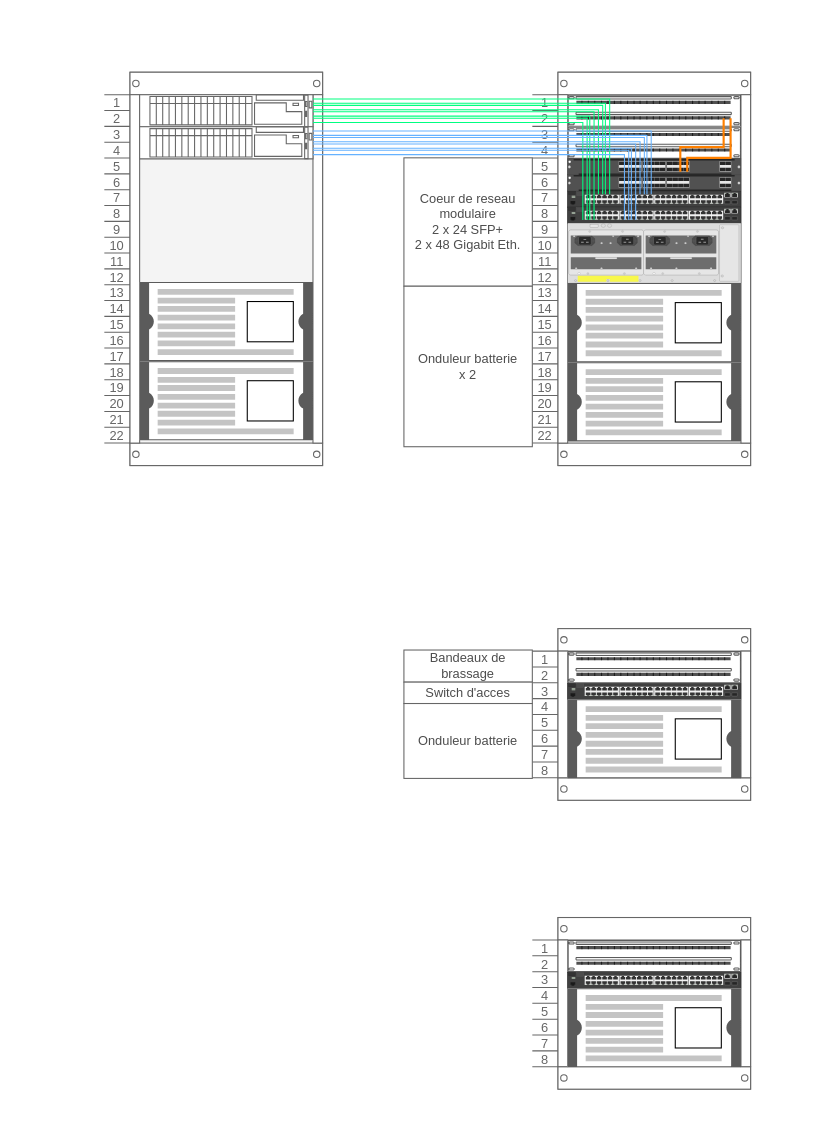
Earlier version of the draw.io diagram page "Topologie" (1 of 2) of 1-1-Materiel-physique/1.1-TP.drawio (No-Name-Academy/Networking-for-noobs). Source tidied: cells renumbered, new cells numbered last; positions are measured from the earlier drawing's top-left corner, leaving out a move shared by most shapes. Both pictures are drawn from the tidied source at 107%, with x=0, y=0 at pixel (104, 72).
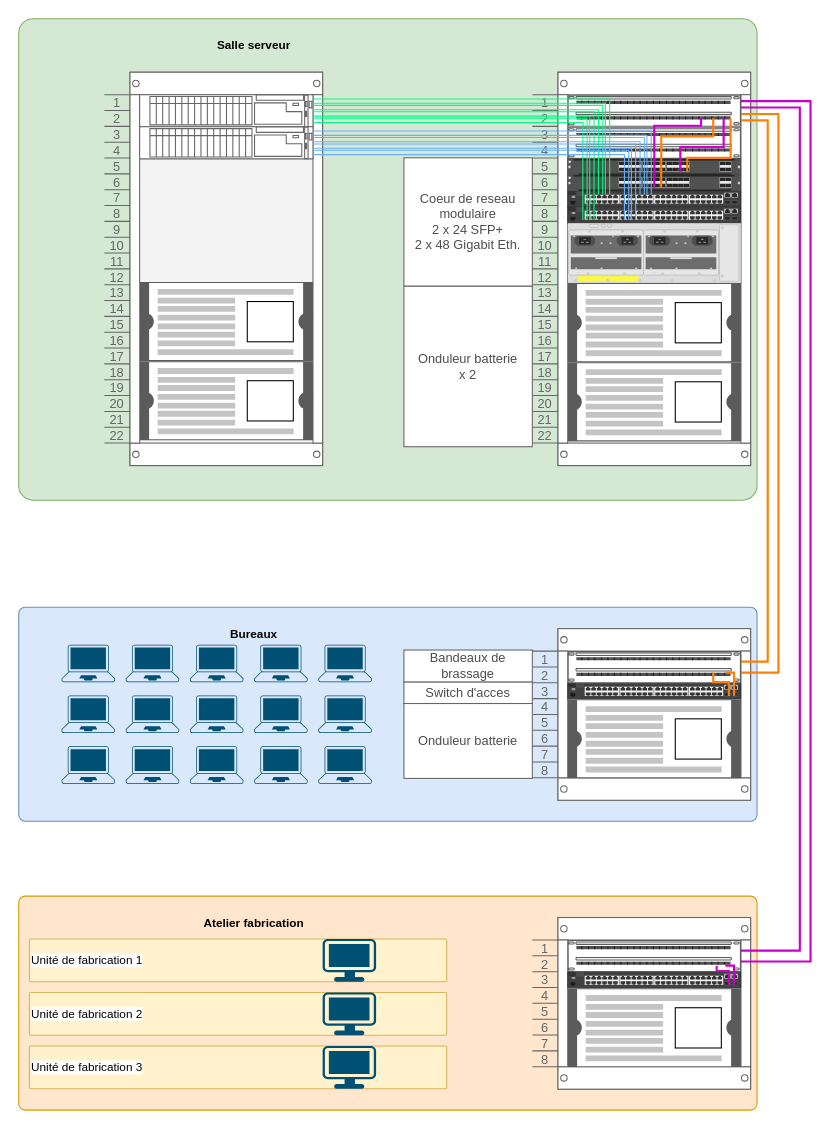
Above is the later version.

Commit message:
Mettre à jour 1.1-TP.drawio

The change refers to these unchanged cells:
```xml
<mxCell id="2" style="strokeColor=#666666;html=1;verticalLabelPosition=bottom;labelBackgroundColor=#ffffff;verticalAlign=top;shadow=0;dashed=0;shape=mxgraph.rackGeneral.rackCabinet3;fillColor2=#f4f4f4;allowGaps=1;textColor=#666666;numDisp=ascend;" parent="1" vertex="1">
  <mxGeometry x="400" y="520" width="204" height="160" as="geometry" />
</mxCell>
<mxCell id="4" style="html=1;verticalLabelPosition=bottom;verticalAlign=top;outlineConnect=0;shadow=0;dashed=0;shape=mxgraph.rack.hpe_aruba.switches.j9781a_2530_48_front;points=[[0.12,0.6,0,0,0],[0.23,0.6,0,0,0],[0.34,0.6,0,0,0],[0.45,0.6,0,0,0],[0.56,0.6,0,0,0],[0.67,0.6,0,0,0],[0.78,0.6,0,0,0],[0.86,0.6,0,0,0],[0.93,0.8,0,0,0],[0.96,0.8,0,0,0]];" parent="2" vertex="1">
  <mxGeometry x="33" y="51" width="162" height="15" as="geometry" />
</mxCell>
<mxCell id="6" style="strokeColor=#666666;html=1;verticalLabelPosition=bottom;labelBackgroundColor=#ffffff;verticalAlign=top;shadow=0;dashed=0;shape=mxgraph.rackGeneral.rackCabinet3;fillColor2=#f4f4f4;allowGaps=1;textColor=#666666;numDisp=ascend;" parent="1" vertex="1">
  <mxGeometry x="400" y="790" width="204" height="160" as="geometry" />
</mxCell>
<mxCell id="8" style="html=1;verticalLabelPosition=bottom;verticalAlign=top;outlineConnect=0;shadow=0;dashed=0;shape=mxgraph.rack.hpe_aruba.switches.j9781a_2530_48_front;points=[[0.12,0.6,0,0,0],[0.23,0.6,0,0,0],[0.34,0.6,0,0,0],[0.45,0.6,0,0,0],[0.56,0.6,0,0,0],[0.67,0.6,0,0,0],[0.78,0.6,0,0,0],[0.86,0.6,0,0,0],[0.93,0.8,0,0,0],[0.96,0.8,0,0,0]];" parent="6" vertex="1">
  <mxGeometry x="33" y="51" width="162" height="15" as="geometry" />
</mxCell>
<mxCell id="10" style="strokeColor=#666666;html=1;verticalLabelPosition=bottom;labelBackgroundColor=#ffffff;verticalAlign=top;shadow=0;dashed=0;shape=mxgraph.rackGeneral.rackCabinet3;fillColor2=#f4f4f4;allowGaps=1;textColor=#666666;numDisp=ascend;" parent="1" vertex="1">
  <mxGeometry x="400" width="204" height="370" as="geometry" />
</mxCell>
<mxCell id="13" style="html=1;verticalLabelPosition=bottom;verticalAlign=top;outlineConnect=0;shadow=0;dashed=0;shape=mxgraph.rack.hpe_aruba.switches.r0x43a_aruba_6400_24p_sfp_4sfp56_module;points=[[0.36,0.8,0,0,0],[0.4,0.8,0,0,0],[0.5,0.8,0,0,0],[0.54,0.8,0,0,0],[0.65,0.8,0,0,0],[0.69,0.8,0,0,0]];" parent="10" vertex="1">
  <mxGeometry x="33" y="81" width="162" height="15" as="geometry" />
</mxCell>
<mxCell id="22" style="html=1;verticalLabelPosition=bottom;verticalAlign=top;outlineConnect=0;shadow=0;dashed=0;shape=mxgraph.rack.hpe_aruba.switches.r0x43a_aruba_6400_24p_sfp_4sfp56_module;points=[[0.36,0.8,0,0,0],[0.4,0.8,0,0,0],[0.5,0.8,0,0,0],[0.54,0.8,0,0,0],[0.65,0.8,0,0,0],[0.69,0.8,0,0,0]];" parent="10" vertex="1">
  <mxGeometry x="33" y="96" width="162" height="15" as="geometry" />
</mxCell>
```

What changed in the source:
```diff
@@
+    <mxCell id="43" style="rounded=1;whiteSpace=wrap;html=1;fontFamily=Helvetica;fontSize=11;labelBackgroundColor=default;fillColor=#ffe6cc;arcSize=3;strokeColor=#d79b00;" parent="1" vertex="1">
+      <mxGeometry x="-80" y="770" width="690" height="200" as="geometry" />
+    </mxCell>
+    <mxCell id="44" value="Unité de fabrication 3" style="rounded=1;whiteSpace=wrap;html=1;fontFamily=Helvetica;fontSize=11;labelBackgroundColor=default;fillColor=#fff2cc;arcSize=3;strokeColor=#d6b656;align=left;" parent="1" vertex="1">
+      <mxGeometry x="-70" y="910" width="390" height="40" as="geometry" />
+    </mxCell>
+    <mxCell id="45" value="Unité de fabrication 2" style="rounded=1;whiteSpace=wrap;html=1;fontFamily=Helvetica;fontSize=11;labelBackgroundColor=default;fillColor=#fff2cc;arcSize=3;strokeColor=#d6b656;align=left;" parent="1" vertex="1">
+      <mxGeometry x="-70" y="860" width="390" height="40" as="geometry" />
+    </mxCell>
+    <mxCell id="46" value="Unité de fabrication 1" style="rounded=1;whiteSpace=wrap;html=1;fontFamily=Helvetica;fontSize=11;labelBackgroundColor=default;fillColor=#fff2cc;arcSize=3;strokeColor=#d6b656;align=left;" parent="1" vertex="1">
+      <mxGeometry x="-70" y="810" width="390" height="40" as="geometry" />
+    </mxCell>
+    <mxCell id="47" style="rounded=1;whiteSpace=wrap;html=1;fontFamily=Helvetica;fontSize=11;labelBackgroundColor=default;fillColor=#dae8fc;arcSize=3;strokeColor=#6c8ebf;" parent="1" vertex="1">
+      <mxGeometry x="-80" y="500" width="690" height="200" as="geometry" />
+    </mxCell>
+    <mxCell id="48" style="rounded=1;whiteSpace=wrap;html=1;fontFamily=Helvetica;fontSize=11;labelBackgroundColor=default;fillColor=#d5e8d4;arcSize=3;strokeColor=#82b366;" parent="1" vertex="1">
+      <mxGeometry x="-80" y="-50" width="690" height="450" as="geometry" />
+    </mxCell>
@@
-    <mxCell id="3" style="strokeColor=#666666;html=1;labelPosition=right;align=left;spacingLeft=15;shadow=0;dashed=0;outlineConnect=0;shape=mxgraph.rack.general.cat5e_enhanced_patch_panel_48_ports;" parent="2" vertex="1">
+    <mxCell id="3" style="strokeColor=#666666;html=1;labelPosition=right;align=left;spacingLeft=15;shadow=0;dashed=0;outlineConnect=0;shape=mxgraph.rack.general.cat5e_enhanced_patch_panel_48_ports;points=[[0.84,0.67,0,0,0],[0.91,0.67,0,0,0],[1,0.33,0,0,0],[1,0.67,0,0,0]];" parent="2" vertex="1">
       <mxGeometry x="33" y="21" width="162" height="30" as="geometry" />
     </mxCell>
@@
+    <mxCell id="49" style="edgeStyle=orthogonalEdgeStyle;shape=connector;rounded=0;jettySize=auto;html=1;exitX=0.91;exitY=0.67;exitDx=0;exitDy=0;exitPerimeter=0;entryX=0.96;entryY=0.8;entryDx=0;entryDy=0;entryPerimeter=0;strokeColor=#FF8000;strokeWidth=2;align=center;verticalAlign=middle;fontFamily=Helvetica;fontSize=11;fontColor=default;labelBackgroundColor=default;endArrow=none;endFill=0;" parent="2" edge="1" source="3" target="4">
+      <mxGeometry relative="1" as="geometry" />
+    </mxCell>
+    <mxCell id="50" style="edgeStyle=orthogonalEdgeStyle;shape=connector;rounded=0;jettySize=auto;html=1;exitX=0.84;exitY=0.67;exitDx=0;exitDy=0;exitPerimeter=0;entryX=0.93;entryY=0.8;entryDx=0;entryDy=0;entryPerimeter=0;strokeColor=#FF8000;strokeWidth=2;align=center;verticalAlign=middle;fontFamily=Helvetica;fontSize=11;fontColor=default;labelBackgroundColor=default;endArrow=none;endFill=0;" parent="2" edge="1" source="3" target="4">
+      <mxGeometry relative="1" as="geometry">
+        <Array as="points">
+          <mxPoint x="169" y="50" />
+          <mxPoint x="184" y="50" />
+        </Array>
+      </mxGeometry>
+    </mxCell>
@@
-    <mxCell id="7" style="strokeColor=#666666;html=1;labelPosition=right;align=left;spacingLeft=15;shadow=0;dashed=0;outlineConnect=0;shape=mxgraph.rack.general.cat5e_enhanced_patch_panel_48_ports;" parent="6" vertex="1">
+    <mxCell id="7" style="strokeColor=#666666;html=1;labelPosition=right;align=left;spacingLeft=15;shadow=0;dashed=0;outlineConnect=0;shape=mxgraph.rack.general.cat5e_enhanced_patch_panel_48_ports;points=[[0.86,0.8,0,0,0],[0.91,0.8,0,0,0],[1,0.33,0,0,0],[1,0.67,0,0,0]];" parent="6" vertex="1">
       <mxGeometry x="33" y="21" width="162" height="30" as="geometry" />
     </mxCell>
@@
+    <mxCell id="51" style="edgeStyle=orthogonalEdgeStyle;shape=connector;rounded=0;jettySize=auto;html=1;exitX=0.91;exitY=0.8;exitDx=0;exitDy=0;exitPerimeter=0;entryX=0.96;entryY=0.8;entryDx=0;entryDy=0;entryPerimeter=0;strokeColor=#CC00CC;strokeWidth=2;align=center;verticalAlign=middle;fontFamily=Helvetica;fontSize=11;fontColor=default;labelBackgroundColor=default;endArrow=none;endFill=0;" parent="6" edge="1" source="7" target="8">
+      <mxGeometry relative="1" as="geometry" />
+    </mxCell>
+    <mxCell id="52" style="edgeStyle=orthogonalEdgeStyle;shape=connector;rounded=0;jettySize=auto;html=1;exitX=0.86;exitY=0.8;exitDx=0;exitDy=0;exitPerimeter=0;entryX=0.93;entryY=0.8;entryDx=0;entryDy=0;entryPerimeter=0;strokeColor=#CC00CC;strokeWidth=2;align=center;verticalAlign=middle;fontFamily=Helvetica;fontSize=11;fontColor=default;labelBackgroundColor=default;endArrow=none;endFill=0;" parent="6" edge="1" source="7" target="8">
+      <mxGeometry relative="1" as="geometry">
+        <Array as="points">
+          <mxPoint x="172" y="50" />
+          <mxPoint x="184" y="50" />
+        </Array>
+      </mxGeometry>
+    </mxCell>
@@
-    <mxCell id="11" style="strokeColor=#666666;html=1;labelPosition=right;align=left;spacingLeft=15;shadow=0;dashed=0;outlineConnect=0;shape=mxgraph.rack.general.cat5e_enhanced_patch_panel_48_ports;points=[[0.06,0.73,0,0,0],[0.1,0.73,0,0,0],[0.13,0.73,0,0,0],[0.16,0.73,0,0,0],[0.19,0.73,0,0,0],[0.23,0.73,0,0,0],[0.26,0.73,0,0,0],[0.29,0.73,0,0,0],[0.32,0.73,0,0,0],[0.35,0.73,0,0,0],[0.39,0.73,0,0,0],[0.42,0.73,0,0,0],[0.45,0.73,0,0,0],[0.48,0.73,0,0,0],[0.52,0.73,0,0,0],[0.55,0.73,0,0,0],[0.58,0.73,0,0,0],[0.61,0.73,0,0,0],[0.65,0.73,0,0,0],[0.68,0.73,0,0,0],[0.71,0.73,0,0,0],[0.74,0.73,0,0,0],[0.77,0.73,0,0,0],[0.81,0.73,0,0,0],[0.84,0.73,0,0,0],[0.87,0.73,0,0,0],[0.9,0.73,0,0,0],[0.94,0.73,0,0,0]];" parent="10" vertex="1">
+    <mxCell id="11" style="strokeColor=#666666;html=1;labelPosition=right;align=left;spacingLeft=15;shadow=0;dashed=0;outlineConnect=0;shape=mxgraph.rack.general.cat5e_enhanced_patch_panel_48_ports;points=[[0.06,0.73,0,0,0],[0.1,0.73,0,0,0],[0.13,0.73,0,0,0],[0.16,0.73,0,0,0],[0.19,0.73,0,0,0],[0.23,0.73,0,0,0],[0.26,0.73,0,0,0],[0.29,0.73,0,0,0],[0.32,0.73,0,0,0],[0.35,0.73,0,0,0],[0.39,0.73,0,0,0],[0.42,0.73,0,0,0],[0.45,0.73,0,0,0],[0.48,0.73,0,0,0],[0.52,0.73,0,0,0],[0.55,0.73,0,0,0],[0.58,0.73,0,0,0],[0.61,0.73,0,0,0],[0.65,0.73,0,0,0],[0.68,0.73,0,0,0],[0.71,0.73,0,0,0],[0.74,0.73,0,0,0],[0.77,0.73,0,0,0],[0.81,0.73,0,0,0],[0.84,0.73,0,0,0],[0.87,0.73,0,0,0],[0.9,0.73,0,0,0],[0.94,0.73,0,0,0],[1,0.2,0,0,0],[1,0.4,0,0,0],[1,0.6,0,0,0],[1,0.8,0,0,0]];" parent="10" vertex="1">
       <mxGeometry x="33" y="21" width="162" height="30" as="geometry" />
     </mxCell>
@@
-    <mxCell id="24" style="edgeStyle=orthogonalEdgeStyle;shape=connector;rounded=0;jettySize=auto;html=1;exitX=0.65;exitY=0.8;exitDx=0;exitDy=0;exitPerimeter=0;entryX=0.9;entryY=0.73;entryDx=0;entryDy=0;entryPerimeter=0;strokeColor=#FF8000;strokeWidth=2;align=center;verticalAlign=middle;fontFamily=Helvetica;fontSize=11;fontColor=default;labelBackgroundColor=default;endArrow=none;endFill=0;" parent="10" edge="1" source="13" target="11">
+    <mxCell id="24" style="edgeStyle=orthogonalEdgeStyle;shape=connector;rounded=0;jettySize=auto;html=1;exitX=0.65;exitY=0.8;exitDx=0;exitDy=0;exitPerimeter=0;entryX=0.9;entryY=0.73;entryDx=0;entryDy=0;entryPerimeter=0;strokeColor=#CC00CC;strokeWidth=2;align=center;verticalAlign=middle;fontFamily=Helvetica;fontSize=11;fontColor=default;labelBackgroundColor=default;endArrow=none;endFill=0;" parent="10" edge="1" source="13" target="11">
       <mxGeometry relative="1" as="geometry">
         <Array as="points">
           <mxPoint x="138" y="70" />
           <mxPoint x="179" y="70" />
         </Array>
       </mxGeometry>
     </mxCell>
+    <mxCell id="53" style="edgeStyle=orthogonalEdgeStyle;shape=connector;rounded=0;jettySize=auto;html=1;exitX=0.54;exitY=0.8;exitDx=0;exitDy=0;exitPerimeter=0;entryX=0.84;entryY=0.73;entryDx=0;entryDy=0;entryPerimeter=0;strokeColor=#FF8000;strokeWidth=2;align=center;verticalAlign=middle;fontFamily=Helvetica;fontSize=11;fontColor=default;labelBackgroundColor=default;endArrow=none;endFill=0;" parent="10" edge="1" source="22" target="11">
+      <mxGeometry relative="1" as="geometry">
+        <Array as="points">
+          <mxPoint x="121" y="60" />
+          <mxPoint x="169" y="60" />
+        </Array>
+      </mxGeometry>
+    </mxCell>
+    <mxCell id="54" style="edgeStyle=orthogonalEdgeStyle;shape=connector;rounded=0;jettySize=auto;html=1;exitX=0.5;exitY=0.8;exitDx=0;exitDy=0;exitPerimeter=0;entryX=0.77;entryY=0.73;entryDx=0;entryDy=0;entryPerimeter=0;strokeColor=#CC00CC;strokeWidth=2;align=center;verticalAlign=middle;fontFamily=Helvetica;fontSize=11;fontColor=default;labelBackgroundColor=default;endArrow=none;endFill=0;" parent="10" edge="1" source="22" target="11">
+      <mxGeometry relative="1" as="geometry">
+        <Array as="points">
+          <mxPoint x="114" y="50" />
+          <mxPoint x="158" y="50" />
+        </Array>
+      </mxGeometry>
+    </mxCell>
@@
+    <mxCell id="55" style="edgeStyle=orthogonalEdgeStyle;shape=connector;rounded=0;jettySize=auto;html=1;exitX=1;exitY=0.33;exitDx=0;exitDy=0;exitPerimeter=0;entryX=1;entryY=0.8;entryDx=0;entryDy=0;entryPerimeter=0;strokeColor=#FF8000;strokeWidth=2;align=center;verticalAlign=middle;fontFamily=Helvetica;fontSize=11;fontColor=default;labelBackgroundColor=default;endArrow=none;endFill=0;" parent="1" edge="1" source="3" target="11">
+      <mxGeometry relative="1" as="geometry">
+        <Array as="points">
+          <mxPoint x="620" y="551" />
+          <mxPoint x="620" y="45" />
+        </Array>
+      </mxGeometry>
+    </mxCell>
+    <mxCell id="56" style="edgeStyle=orthogonalEdgeStyle;shape=connector;rounded=0;jettySize=auto;html=1;exitX=1;exitY=0.67;exitDx=0;exitDy=0;exitPerimeter=0;entryX=1;entryY=0.6;entryDx=0;entryDy=0;entryPerimeter=0;strokeColor=#FF8000;strokeWidth=2;align=center;verticalAlign=middle;fontFamily=Helvetica;fontSize=11;fontColor=default;labelBackgroundColor=default;endArrow=none;endFill=0;" parent="1" edge="1" source="3" target="11">
+      <mxGeometry relative="1" as="geometry">
+        <Array as="points">
+          <mxPoint x="630" y="561" />
+          <mxPoint x="630" y="39" />
+        </Array>
+      </mxGeometry>
+    </mxCell>
+    <mxCell id="57" style="edgeStyle=orthogonalEdgeStyle;shape=connector;rounded=0;jettySize=auto;html=1;exitX=1;exitY=0.33;exitDx=0;exitDy=0;exitPerimeter=0;entryX=1;entryY=0.4;entryDx=0;entryDy=0;entryPerimeter=0;strokeColor=#CC00CC;strokeWidth=2;align=center;verticalAlign=middle;fontFamily=Helvetica;fontSize=11;fontColor=default;labelBackgroundColor=default;endArrow=none;endFill=0;" parent="1" edge="1" source="7" target="11">
+      <mxGeometry relative="1" as="geometry">
+        <Array as="points">
+          <mxPoint x="650" y="821" />
+          <mxPoint x="650" y="33" />
+        </Array>
+      </mxGeometry>
+    </mxCell>
+    <mxCell id="58" style="edgeStyle=orthogonalEdgeStyle;shape=connector;rounded=0;jettySize=auto;html=1;exitX=1;exitY=0.2;exitDx=0;exitDy=0;exitPerimeter=0;entryX=1;entryY=0.67;entryDx=0;entryDy=0;entryPerimeter=0;strokeColor=#CC00CC;strokeWidth=2;align=center;verticalAlign=middle;fontFamily=Helvetica;fontSize=11;fontColor=default;labelBackgroundColor=default;endArrow=none;endFill=0;" parent="1" edge="1" source="11" target="7">
+      <mxGeometry relative="1" as="geometry">
+        <Array as="points">
+          <mxPoint x="660" y="27" />
+          <mxPoint x="660" y="831" />
+        </Array>
+      </mxGeometry>
+    </mxCell>
+    <mxCell id="59" value="Salle serveur" style="text;html=1;align=center;verticalAlign=middle;whiteSpace=wrap;rounded=0;fontFamily=Helvetica;fontSize=11;fontColor=default;labelBackgroundColor=none;fontStyle=1;" parent="1" vertex="1">
+      <mxGeometry x="-50" y="-40" width="380" height="30" as="geometry" />
+    </mxCell>
+    <mxCell id="60" value="Bureaux" style="text;html=1;align=center;verticalAlign=middle;whiteSpace=wrap;rounded=0;fontFamily=Helvetica;fontSize=11;fontColor=default;labelBackgroundColor=none;fontStyle=1;" parent="1" vertex="1">
+      <mxGeometry x="-50" y="510" width="380" height="30" as="geometry" />
+    </mxCell>
+    <mxCell id="61" value="Atelier fabrication" style="text;html=1;align=center;verticalAlign=middle;whiteSpace=wrap;rounded=0;fontFamily=Helvetica;fontSize=11;fontColor=default;labelBackgroundColor=none;fontStyle=1;" parent="1" vertex="1">
+      <mxGeometry x="-50" y="780" width="380" height="30" as="geometry" />
+    </mxCell>
+    <mxCell id="62" style="verticalLabelPosition=bottom;sketch=0;html=1;verticalAlign=top;align=center;shape=mxgraph.cisco19.laptop;fillColor=#005073;strokeColor=none;" parent="1" vertex="1">
+      <mxGeometry x="-40" y="535" width="50" height="35" as="geometry" />
+    </mxCell>
+    <mxCell id="63" style="verticalLabelPosition=bottom;sketch=0;html=1;verticalAlign=top;align=center;shape=mxgraph.cisco19.laptop;fillColor=#005073;strokeColor=none;" parent="1" vertex="1">
+      <mxGeometry x="20" y="535" width="50" height="35" as="geometry" />
+    </mxCell>
+    <mxCell id="64" style="verticalLabelPosition=bottom;sketch=0;html=1;verticalAlign=top;align=center;shape=mxgraph.cisco19.laptop;fillColor=#005073;strokeColor=none;" parent="1" vertex="1">
+      <mxGeometry x="20" y="582.5" width="50" height="35" as="geometry" />
+    </mxCell>
+    <mxCell id="65" style="verticalLabelPosition=bottom;sketch=0;html=1;verticalAlign=top;align=center;shape=mxgraph.cisco19.laptop;fillColor=#005073;strokeColor=none;" parent="1" vertex="1">
+      <mxGeometry x="-40" y="582.5" width="50" height="35" as="geometry" />
+    </mxCell>
+    <mxCell id="66" style="verticalLabelPosition=bottom;sketch=0;html=1;verticalAlign=top;align=center;shape=mxgraph.cisco19.laptop;fillColor=#005073;strokeColor=none;" parent="1" vertex="1">
+      <mxGeometry x="20" y="630" width="50" height="35" as="geometry" />
+    </mxCell>
+    <mxCell id="67" style="verticalLabelPosition=bottom;sketch=0;html=1;verticalAlign=top;align=center;shape=mxgraph.cisco19.laptop;fillColor=#005073;strokeColor=none;" parent="1" vertex="1">
+      <mxGeometry x="-40" y="630" width="50" height="35" as="geometry" />
+    </mxCell>
+    <mxCell id="68" style="verticalLabelPosition=bottom;sketch=0;html=1;verticalAlign=top;align=center;shape=mxgraph.cisco19.laptop;fillColor=#005073;strokeColor=none;" parent="1" vertex="1">
+      <mxGeometry x="140" y="535" width="50" height="35" as="geometry" />
+    </mxCell>
+    <mxCell id="69" style="verticalLabelPosition=bottom;sketch=0;html=1;verticalAlign=top;align=center;shape=mxgraph.cisco19.laptop;fillColor=#005073;strokeColor=none;" parent="1" vertex="1">
+      <mxGeometry x="80" y="535" width="50" height="35" as="geometry" />
+    </mxCell>
+    <mxCell id="70" style="verticalLabelPosition=bottom;sketch=0;html=1;verticalAlign=top;align=center;shape=mxgraph.cisco19.laptop;fillColor=#005073;strokeColor=none;" parent="1" vertex="1">
+      <mxGeometry x="140" y="582.5" width="50" height="35" as="geometry" />
+    </mxCell>
+    <mxCell id="71" style="verticalLabelPosition=bottom;sketch=0;html=1;verticalAlign=top;align=center;shape=mxgraph.cisco19.laptop;fillColor=#005073;strokeColor=none;" parent="1" vertex="1">
+      <mxGeometry x="80" y="582.5" width="50" height="35" as="geometry" />
+    </mxCell>
+    <mxCell id="72" style="verticalLabelPosition=bottom;sketch=0;html=1;verticalAlign=top;align=center;shape=mxgraph.cisco19.laptop;fillColor=#005073;strokeColor=none;" parent="1" vertex="1">
+      <mxGeometry x="80" y="630" width="50" height="35" as="geometry" />
+    </mxCell>
+    <mxCell id="73" style="verticalLabelPosition=bottom;sketch=0;html=1;verticalAlign=top;align=center;shape=mxgraph.cisco19.laptop;fillColor=#005073;strokeColor=none;" parent="1" vertex="1">
+      <mxGeometry x="140" y="630" width="50" height="35" as="geometry" />
+    </mxCell>
+    <mxCell id="74" style="verticalLabelPosition=bottom;sketch=0;html=1;verticalAlign=top;align=center;shape=mxgraph.cisco19.laptop;fillColor=#005073;strokeColor=none;" parent="1" vertex="1">
+      <mxGeometry x="200" y="535" width="50" height="35" as="geometry" />
+    </mxCell>
+    <mxCell id="75" style="verticalLabelPosition=bottom;sketch=0;html=1;verticalAlign=top;align=center;shape=mxgraph.cisco19.laptop;fillColor=#005073;strokeColor=none;" parent="1" vertex="1">
+      <mxGeometry x="200" y="582.5" width="50" height="35" as="geometry" />
+    </mxCell>
+    <mxCell id="76" style="verticalLabelPosition=bottom;sketch=0;html=1;verticalAlign=top;align=center;shape=mxgraph.cisco19.laptop;fillColor=#005073;strokeColor=none;" parent="1" vertex="1">
+      <mxGeometry x="200" y="630" width="50" height="35" as="geometry" />
+    </mxCell>
+    <mxCell id="77" style="verticalLabelPosition=bottom;sketch=0;html=1;verticalAlign=top;align=center;shape=mxgraph.cisco19.workstation;fillColor=#005073;strokeColor=none;" parent="1" vertex="1">
+      <mxGeometry x="204" y="810" width="50" height="40" as="geometry" />
+    </mxCell>
+    <mxCell id="78" style="verticalLabelPosition=bottom;sketch=0;html=1;verticalAlign=top;align=center;shape=mxgraph.cisco19.workstation;fillColor=#005073;strokeColor=none;" parent="1" vertex="1">
+      <mxGeometry x="204" y="860" width="50" height="40" as="geometry" />
+    </mxCell>
+    <mxCell id="79" style="verticalLabelPosition=bottom;sketch=0;html=1;verticalAlign=top;align=center;shape=mxgraph.cisco19.workstation;fillColor=#005073;strokeColor=none;" parent="1" vertex="1">
+      <mxGeometry x="204" y="910" width="50" height="40" as="geometry" />
+    </mxCell>
```
